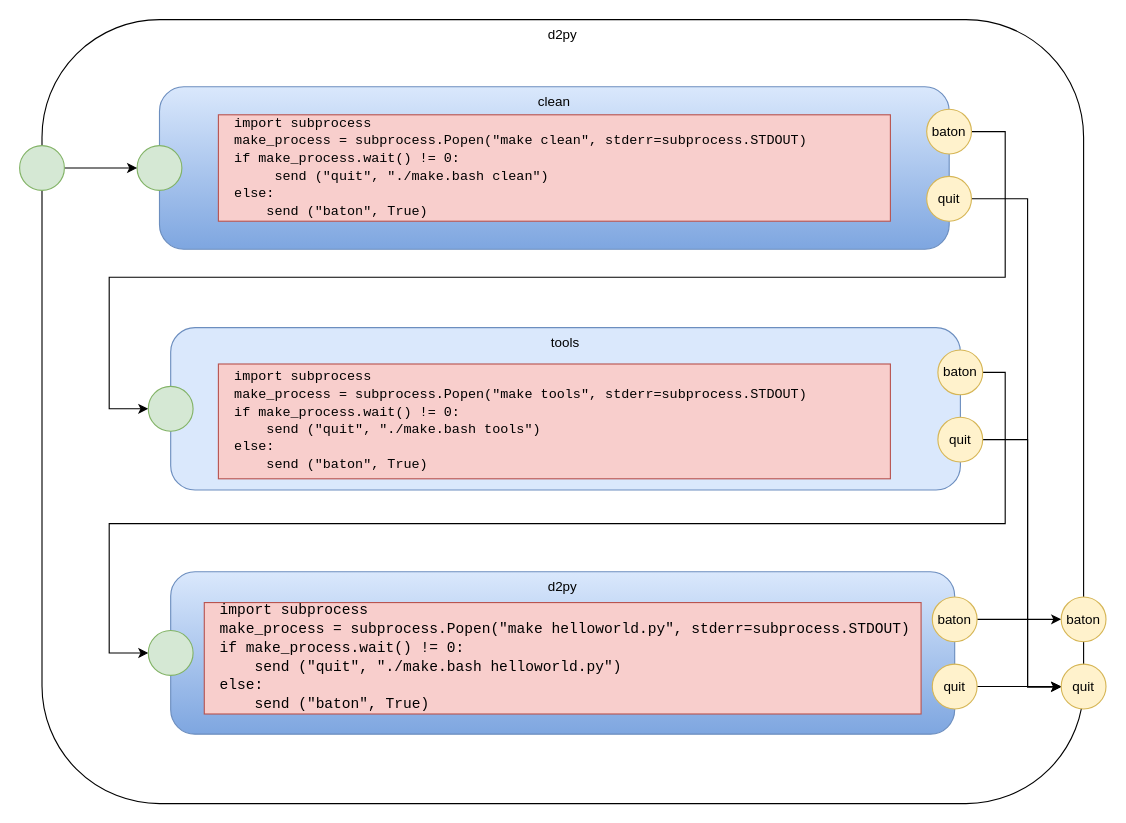
Before: d2py.drawio in guitarvydas/das, a draw.io diagram. Source tidied: cells renumbered, new cells numbered last; positions are measured from the earlier drawing's top-left corner, leaving out a move shared by most shapes. Both pictures are drawn from the tidied source at 112%, with x=0, y=0 at pixel (19, 19).
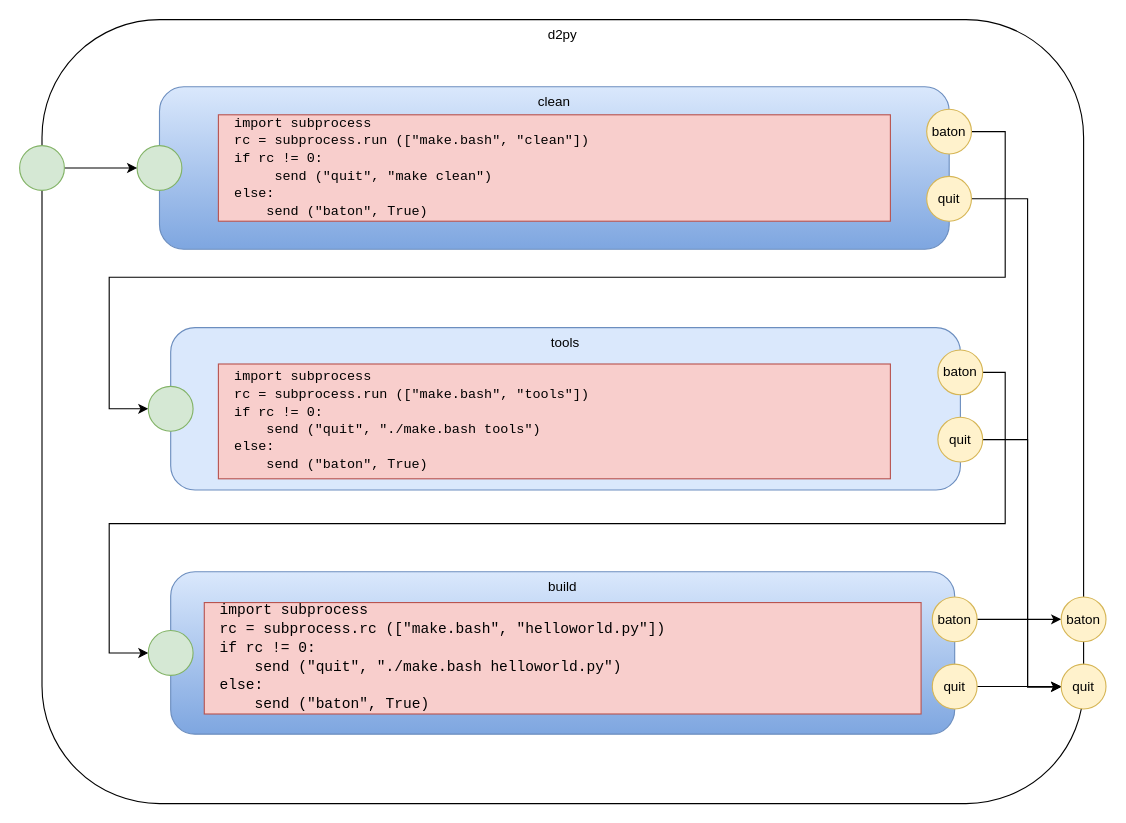
The same page after the edit.

Commit message (it also covers changes not shown here):
modify diagram to use subprocess.run()

The edit, as a diff of the source:
```diff
@@
-    <mxCell id="4" value="d2py" style="rounded=1;whiteSpace=wrap;html=1;gradientColor=#7ea6e0;fillColor=#dae8fc;strokeColor=#6c8ebf;verticalAlign=top;" parent="1" vertex="1">
+    <mxCell id="4" value="build" style="rounded=1;whiteSpace=wrap;html=1;gradientColor=#7ea6e0;fillColor=#dae8fc;strokeColor=#6c8ebf;verticalAlign=top;" parent="1" vertex="1">
       <mxGeometry x="134.9" y="493" width="700" height="145" as="geometry" />
     </mxCell>
@@
-    <mxCell id="6" value="&lt;pre class=&quot;lang-py s-code-block&quot; style=&quot;margin-top: 0px ; margin-bottom: 0px ; padding: 12px ; border: 0px ; font-stretch: inherit ; line-height: 1.30769 ; vertical-align: baseline ; box-sizing: inherit ; width: auto ; max-height: 600px ; overflow: auto ; border-radius: 5px ; overflow-wrap: normal&quot;&gt;import subprocess&lt;br&gt;make_process = subprocess.Popen(&quot;make clean&quot;, stderr=subprocess.STDOUT)&lt;br&gt;if make_process.wait() != 0:&lt;br&gt;     send (&quot;quit&quot;, &quot;./make.bash clean&quot;)&lt;br&gt;else:&lt;br&gt;    send (&quot;baton&quot;, True)&lt;/pre&gt;&lt;div&gt;&lt;/div&gt;" style="rounded=0;whiteSpace=wrap;html=1;fillColor=#f8cecc;strokeColor=#b85450;align=left;" parent="1" vertex="1">
+    <mxCell id="6" value="&lt;pre class=&quot;lang-py s-code-block&quot; style=&quot;margin-top: 0px ; margin-bottom: 0px ; padding: 12px ; border: 0px ; font-stretch: inherit ; line-height: 1.30769 ; vertical-align: baseline ; box-sizing: inherit ; width: auto ; max-height: 600px ; overflow: auto ; border-radius: 5px ; overflow-wrap: normal&quot;&gt;import subprocess&lt;br&gt;rc = subprocess.run ([&quot;make.bash&quot;, &quot;clean&quot;])&lt;br&gt;if rc != 0:&lt;br&gt;     send (&quot;quit&quot;, &quot;make clean&quot;)&lt;br&gt;else:&lt;br&gt;    send (&quot;baton&quot;, True)&lt;/pre&gt;&lt;div&gt;&lt;/div&gt;" style="rounded=0;whiteSpace=wrap;html=1;fillColor=#f8cecc;strokeColor=#b85450;align=left;" parent="1" vertex="1">
       <mxGeometry x="177.5" y="85" width="600" height="95" as="geometry" />
     </mxCell>
-    <mxCell id="7" value="&lt;pre class=&quot;lang-py s-code-block&quot; style=&quot;margin-top: 0px ; margin-bottom: 0px ; padding: 12px ; border: 0px ; font-stretch: inherit ; line-height: 1.30769 ; vertical-align: baseline ; box-sizing: inherit ; width: auto ; max-height: 600px ; overflow: auto ; border-radius: 5px ; overflow-wrap: normal&quot;&gt;import subprocess&lt;br&gt;make_process = subprocess.Popen(&quot;make tools&quot;, stderr=subprocess.STDOUT)&lt;br&gt;if make_process.wait() != 0:&lt;br&gt;    send (&quot;quit&quot;, &quot;./make.bash tools&quot;)&lt;br&gt;else:&lt;br&gt;    send (&quot;baton&quot;, True)&lt;/pre&gt;&lt;div&gt;&lt;/div&gt;" style="rounded=0;whiteSpace=wrap;html=1;fillColor=#f8cecc;strokeColor=#b85450;align=left;" parent="1" vertex="1">
+    <mxCell id="7" value="&lt;pre class=&quot;lang-py s-code-block&quot; style=&quot;margin-top: 0px ; margin-bottom: 0px ; padding: 12px ; border: 0px ; font-stretch: inherit ; line-height: 1.30769 ; vertical-align: baseline ; box-sizing: inherit ; width: auto ; max-height: 600px ; overflow: auto ; border-radius: 5px ; overflow-wrap: normal&quot;&gt;import subprocess&lt;br&gt;rc = subprocess.run ([&quot;make.bash&quot;, &quot;tools&quot;])&lt;br&gt;if rc != 0:&lt;br&gt;    send (&quot;quit&quot;, &quot;./make.bash tools&quot;)&lt;br&gt;else:&lt;br&gt;    send (&quot;baton&quot;, True)&lt;/pre&gt;&lt;div&gt;&lt;/div&gt;" style="rounded=0;whiteSpace=wrap;html=1;fillColor=#f8cecc;strokeColor=#b85450;align=left;" parent="1" vertex="1">
       <mxGeometry x="177.5" y="307.5" width="600" height="102.5" as="geometry" />
     </mxCell>
-    <mxCell id="8" value="&lt;pre class=&quot;lang-py s-code-block&quot; style=&quot;margin-top: 0px ; margin-bottom: 0px ; padding: 12px ; border: 0px ; font-stretch: inherit ; line-height: 1.30769 ; vertical-align: baseline ; box-sizing: inherit ; width: auto ; max-height: 600px ; overflow: auto ; border-radius: 5px ; overflow-wrap: normal&quot;&gt;&lt;span style=&quot;font-size: 13px&quot;&gt;import subprocess&lt;br&gt;make_process = subprocess.Popen(&quot;make helloworld.py&quot;, stderr=subprocess.STDOUT)&lt;br&gt;if make_process.wait() != 0:&lt;br&gt;    send (&quot;quit&quot;, &quot;./make.bash helloworld.py&quot;)&lt;br&gt;else:&lt;br&gt;    send (&quot;baton&quot;, True)&lt;/span&gt;&lt;/pre&gt;&lt;div&gt;&lt;/div&gt;" style="rounded=0;whiteSpace=wrap;html=1;fillColor=#f8cecc;strokeColor=#b85450;align=left;" parent="1" vertex="1">
+    <mxCell id="8" value="&lt;pre class=&quot;lang-py s-code-block&quot; style=&quot;margin-top: 0px ; margin-bottom: 0px ; padding: 12px ; border: 0px ; font-stretch: inherit ; line-height: 1.30769 ; vertical-align: baseline ; box-sizing: inherit ; width: auto ; max-height: 600px ; overflow: auto ; border-radius: 5px ; overflow-wrap: normal&quot;&gt;&lt;span style=&quot;font-size: 13px&quot;&gt;import subprocess&lt;br&gt;rc = subprocess.rc ([&quot;make.bash&quot;, &quot;helloworld.py&quot;])&lt;br&gt;if rc != 0:&lt;br&gt;    send (&quot;quit&quot;, &quot;./make.bash helloworld.py&quot;)&lt;br&gt;else:&lt;br&gt;    send (&quot;baton&quot;, True)&lt;/span&gt;&lt;/pre&gt;&lt;div&gt;&lt;/div&gt;" style="rounded=0;whiteSpace=wrap;html=1;fillColor=#f8cecc;strokeColor=#b85450;align=left;" parent="1" vertex="1">
       <mxGeometry x="164.9" y="520.5" width="640" height="99.5" as="geometry" />
     </mxCell>
```
